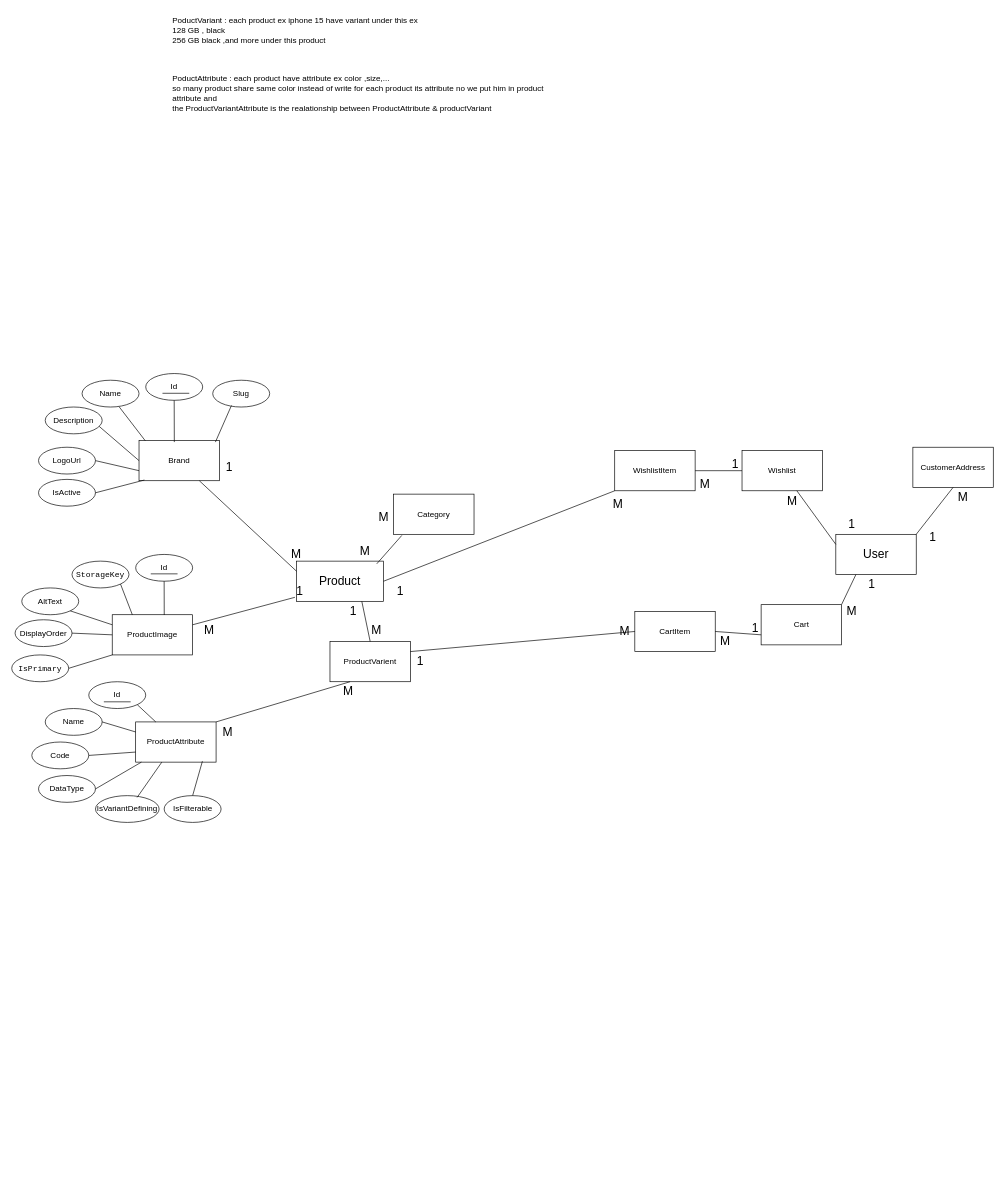
This is docs/digrams/ERD.drawio from IslamFathyAbdeltwab/CommerceFlow, a draw.io file, before an edit. Source tidied: cells renumbered, new cells numbered last; positions are measured from the earlier drawing's top-left corner, leaving out a move shared by most shapes. Both pictures are drawn from the tidied source at 67%, with x=0, y=0 at pixel (11, 11).
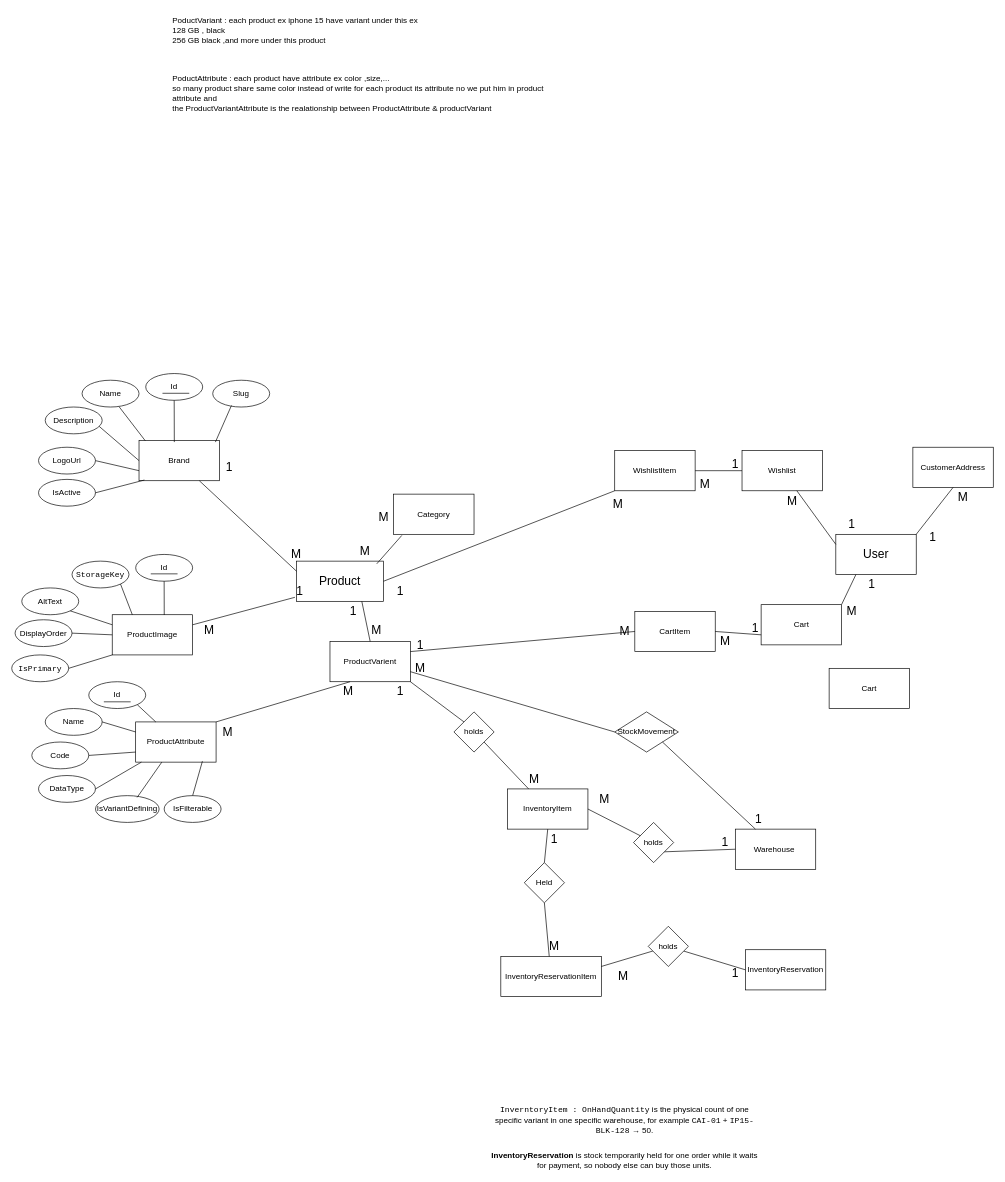
Above is the later version.

Commit message (it also covers changes not shown here):
docs:inventory added to ER digram

Unchanged cells that the change refers to:
```xml
<mxCell id="7" value="ProductVarient" style="rounded=0;whiteSpace=wrap;html=1;" parent="1" vertex="1">
  <mxGeometry x="475" y="940" width="120" height="60" as="geometry" />
</mxCell>
```

Diff of the diagram source:
```diff
@@
     <mxCell id="47" value="&lt;span style=&quot;font-size: 18px;&quot;&gt;1&lt;/span&gt;" style="text;html=1;whiteSpace=wrap;strokeColor=none;fillColor=none;align=center;verticalAlign=middle;rounded=0;" parent="1" vertex="1">
-      <mxGeometry x="595" y="955" width="30" height="30" as="geometry" />
+      <mxGeometry x="595" y="930" width="30" height="30" as="geometry" />
     </mxCell>
@@
+    <mxCell id="88" value="Cart" style="rounded=0;whiteSpace=wrap;html=1;" parent="1" vertex="1">
+      <mxGeometry x="1220" y="980" width="120" height="60" as="geometry" />
+    </mxCell>
+    <mxCell id="89" value="InventoryReservationItem" style="rounded=0;whiteSpace=wrap;html=1;" parent="1" vertex="1">
+      <mxGeometry x="730" y="1410" width="150" height="60" as="geometry" />
+    </mxCell>
+    <mxCell id="90" value="InventoryReservation " style="rounded=0;whiteSpace=wrap;html=1;" parent="1" vertex="1">
+      <mxGeometry x="1095" y="1400" width="120" height="60" as="geometry" />
+    </mxCell>
+    <mxCell id="91" value="InventoryItem" style="rounded=0;whiteSpace=wrap;html=1;" parent="1" vertex="1">
+      <mxGeometry x="740" y="1160" width="120" height="60" as="geometry" />
+    </mxCell>
+    <mxCell id="92" value="Warehouse&amp;nbsp;" style="rounded=0;whiteSpace=wrap;html=1;" parent="1" vertex="1">
+      <mxGeometry x="1080" y="1220" width="120" height="60" as="geometry" />
+    </mxCell>
+    <mxCell id="93" style="endArrow=none;html=1;rounded=0;defaultLabelBackgroundColor=page;entryX=0;entryY=0.5;entryDx=0;entryDy=0;" parent="1" edge="1" source="117" target="90">
+      <mxGeometry relative="1" as="geometry" />
+    </mxCell>
+    <mxCell id="94" style="endArrow=none;html=1;rounded=0;defaultLabelBackgroundColor=page;exitX=1;exitY=0.25;exitDx=0;exitDy=0;" parent="1" edge="1" source="89" target="117">
+      <mxGeometry relative="1" as="geometry" />
+    </mxCell>
+    <mxCell id="95" style="endArrow=none;html=1;rounded=0;defaultLabelBackgroundColor=page;exitX=0.5;exitY=0;exitDx=0;exitDy=0;entryX=0.5;entryY=1;entryDx=0;entryDy=0;" parent="1" edge="1" source="116" target="91">
+      <mxGeometry relative="1" as="geometry" />
+    </mxCell>
+    <mxCell id="96" style="endArrow=none;html=1;rounded=0;defaultLabelBackgroundColor=page;entryX=0.5;entryY=1;entryDx=0;entryDy=0;" parent="1" edge="1" source="89" target="116">
+      <mxGeometry relative="1" as="geometry" />
+    </mxCell>
+    <mxCell id="97" style="endArrow=none;html=1;rounded=0;defaultLabelBackgroundColor=page;exitX=0;exitY=0.5;exitDx=0;exitDy=0;entryX=0;entryY=1;entryDx=0;entryDy=0;" parent="1" edge="1" source="92" target="98">
+      <mxGeometry relative="1" as="geometry" />
+    </mxCell>
+    <mxCell id="98" value="holds" style="rhombus;whiteSpace=wrap;html=1;shapeInside=1;" parent="1" vertex="1">
+      <mxGeometry x="928" y="1210" width="60" height="60" as="geometry" />
+    </mxCell>
+    <mxCell id="99" style="endArrow=none;html=1;rounded=0;defaultLabelBackgroundColor=page;entryX=1;entryY=0.5;entryDx=0;entryDy=0;" parent="1" edge="1" source="98" target="91">
+      <mxGeometry relative="1" as="geometry" />
+    </mxCell>
+    <mxCell id="100" value="&lt;font style=&quot;font-size: 18px;&quot;&gt;1&lt;/font&gt;" style="text;html=1;whiteSpace=wrap;strokeColor=none;fillColor=none;align=center;verticalAlign=middle;rounded=0;" parent="1" vertex="1">
+      <mxGeometry x="1050" y="1225" width="30" height="30" as="geometry" />
+    </mxCell>
+    <mxCell id="101" value="&lt;span style=&quot;font-size: 18px;&quot;&gt;M&lt;/span&gt;" style="text;html=1;whiteSpace=wrap;strokeColor=none;fillColor=none;align=center;verticalAlign=middle;rounded=0;" parent="1" vertex="1">
+      <mxGeometry x="870" y="1160" width="30" height="30" as="geometry" />
+    </mxCell>
+    <mxCell id="102" value="&lt;span style=&quot;font-size: 18px;&quot;&gt;M&lt;/span&gt;" style="text;html=1;whiteSpace=wrap;strokeColor=none;fillColor=none;align=center;verticalAlign=middle;rounded=0;" parent="1" vertex="1">
+      <mxGeometry x="765" y="1130" width="30" height="30" as="geometry" />
+    </mxCell>
+    <mxCell id="103" style="endArrow=none;html=1;rounded=0;defaultLabelBackgroundColor=page;exitX=1;exitY=1;exitDx=0;exitDy=0;entryX=0;entryY=0;entryDx=0;entryDy=0;" parent="1" edge="1" source="7" target="104">
+      <mxGeometry relative="1" as="geometry" />
+    </mxCell>
+    <mxCell id="104" value="holds" style="rhombus;whiteSpace=wrap;html=1;shapeInside=1;" parent="1" vertex="1">
+      <mxGeometry x="660" y="1045" width="60" height="60" as="geometry" />
+    </mxCell>
+    <mxCell id="105" style="endArrow=none;html=1;rounded=0;defaultLabelBackgroundColor=page;exitX=1;exitY=1;exitDx=0;exitDy=0;" parent="1" edge="1" source="104" target="91">
+      <mxGeometry relative="1" as="geometry" />
+    </mxCell>
+    <mxCell id="106" value="&lt;font style=&quot;font-size: 18px;&quot;&gt;1&lt;/font&gt;" style="text;html=1;whiteSpace=wrap;strokeColor=none;fillColor=none;align=center;verticalAlign=middle;rounded=0;" parent="1" vertex="1">
+      <mxGeometry x="1065" y="1420" width="30" height="30" as="geometry" />
+    </mxCell>
+    <mxCell id="107" value="&lt;span style=&quot;font-size: 18px;&quot;&gt;M&lt;/span&gt;" style="text;html=1;whiteSpace=wrap;strokeColor=none;fillColor=none;align=center;verticalAlign=middle;rounded=0;" parent="1" vertex="1">
+      <mxGeometry x="595" y="965" width="30" height="30" as="geometry" />
+    </mxCell>
+    <mxCell id="108" value="&lt;font style=&quot;font-size: 18px;&quot;&gt;1&lt;/font&gt;" style="text;html=1;whiteSpace=wrap;strokeColor=none;fillColor=none;align=center;verticalAlign=middle;rounded=0;" parent="1" vertex="1">
+      <mxGeometry x="1100" y="1190" width="30" height="30" as="geometry" />
+    </mxCell>
+    <mxCell id="109" value="&lt;span style=&quot;font-size: 18px;&quot;&gt;M&lt;/span&gt;" style="text;html=1;whiteSpace=wrap;strokeColor=none;fillColor=none;align=center;verticalAlign=middle;rounded=0;" parent="1" vertex="1">
+      <mxGeometry x="795" y="1380" width="30" height="30" as="geometry" />
+    </mxCell>
+    <mxCell id="110" style="endArrow=none;html=1;rounded=0;defaultLabelBackgroundColor=page;exitX=1;exitY=0.75;exitDx=0;exitDy=0;entryX=0;entryY=0.5;entryDx=0;entryDy=0;" parent="1" edge="1" source="7" target="111">
+      <mxGeometry relative="1" as="geometry" />
+    </mxCell>
+    <mxCell id="111" value="Stock&lt;span style=&quot;text-decoration-line: inherit; background-color: transparent; color: light-dark(#000000, var(--ge-light-color, #ffffff));&quot;&gt;Movement&lt;/span&gt;" style="rhombus;whiteSpace=wrap;html=1;shapeInside=1;" parent="1" vertex="1">
+      <mxGeometry x="900" y="1045" width="95" height="60" as="geometry" />
+    </mxCell>
+    <mxCell id="112" style="endArrow=none;html=1;rounded=0;defaultLabelBackgroundColor=page;exitX=1;exitY=1;exitDx=0;exitDy=0;entryX=0.25;entryY=0;entryDx=0;entryDy=0;" parent="1" edge="1" source="111" target="92">
+      <mxGeometry relative="1" as="geometry" />
+    </mxCell>
+    <mxCell id="113" value="&lt;font style=&quot;font-size: 18px;&quot;&gt;1&lt;/font&gt;" style="text;html=1;whiteSpace=wrap;strokeColor=none;fillColor=none;align=center;verticalAlign=middle;rounded=0;" parent="1" vertex="1">
+      <mxGeometry x="795" y="1220" width="30" height="30" as="geometry" />
+    </mxCell>
+    <mxCell id="114" value="&lt;span style=&quot;font-size: 18px;&quot;&gt;M&lt;/span&gt;" style="text;html=1;whiteSpace=wrap;strokeColor=none;fillColor=none;align=center;verticalAlign=middle;rounded=0;" parent="1" vertex="1">
+      <mxGeometry x="898" y="1425" width="30" height="30" as="geometry" />
+    </mxCell>
+    <mxCell id="115" value="&lt;span style=&quot;font-size: 18px;&quot;&gt;1&lt;/span&gt;" style="text;html=1;whiteSpace=wrap;strokeColor=none;fillColor=none;align=center;verticalAlign=middle;rounded=0;" parent="1" vertex="1">
+      <mxGeometry x="565" y="1000" width="30" height="30" as="geometry" />
+    </mxCell>
+    <mxCell id="116" value="Held" style="rhombus;whiteSpace=wrap;html=1;shapeInside=1;" parent="1" vertex="1">
+      <mxGeometry x="765" y="1270" width="60" height="60" as="geometry" />
+    </mxCell>
+    <mxCell id="117" value="holds" style="rhombus;whiteSpace=wrap;html=1;shapeInside=1;" parent="1" vertex="1">
+      <mxGeometry x="950" y="1365" width="60" height="60" as="geometry" />
+    </mxCell>
+    <mxCell id="118" value="&lt;code dir=&quot;ltr&quot;&gt;InverntoryItem : OnHandQuantity&lt;/code&gt; is the physical count of one specific variant in one specific warehouse, for example &lt;code dir=&quot;ltr&quot;&gt;CAI-01&lt;/code&gt; + &lt;code dir=&quot;ltr&quot;&gt;IP15-BLK-128&lt;/code&gt; → 50." style="text;html=1;whiteSpace=wrap;strokeColor=none;fillColor=none;align=center;verticalAlign=middle;rounded=0;" parent="1" vertex="1">
+      <mxGeometry x="710" y="1640" width="410" height="30" as="geometry" />
+    </mxCell>
+    <mxCell id="119" value="&lt;strong&gt;InventoryReservation&lt;/strong&gt; is stock temporarily held for one order while it waits for payment, so nobody else can buy those units." style="text;html=1;whiteSpace=wrap;strokeColor=none;fillColor=none;align=center;verticalAlign=middle;rounded=0;" parent="1" vertex="1">
+      <mxGeometry x="710" y="1700" width="410" height="30" as="geometry" />
+    </mxCell>
```
